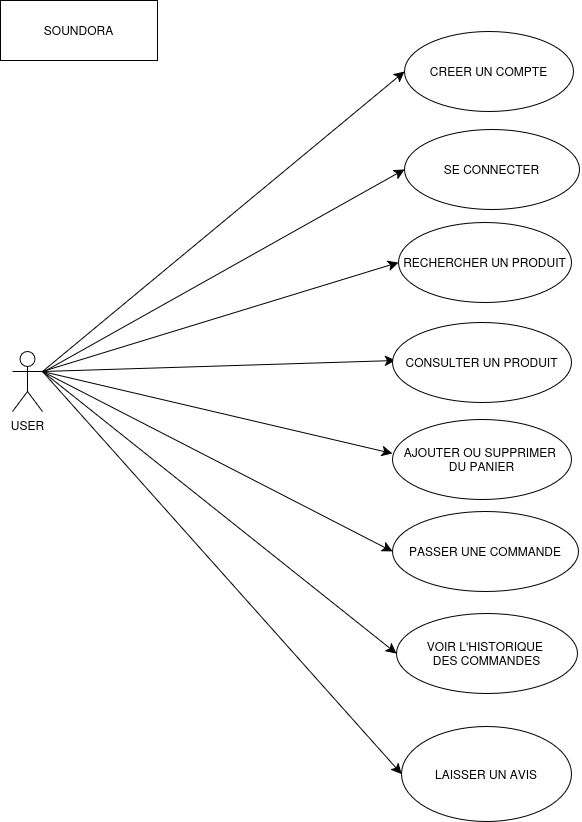
Earlier version of the draw.io export useCase SOUNDORA.drawio.png (Bast8313/soundora). Source tidied: cells renumbered, new cells last; positions are measured from the earlier drawing's top-left corner, leaving out a move shared by most shapes.
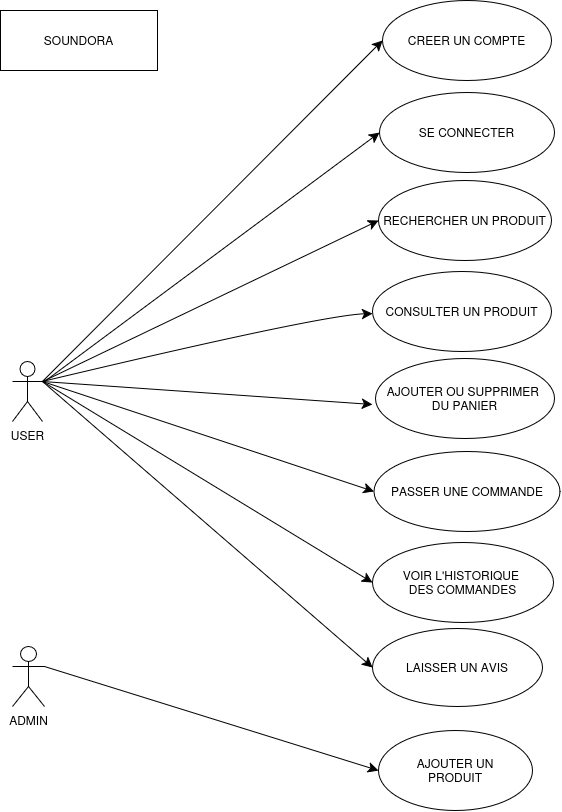
Later version of the same file.

Commit message:
Mettre à jour useCase SOUNDORA.drawio.png

The edit, as a diff of the source:
```diff
@@ -7,12 +7,15 @@
     </mxCell>
     <mxCell id="3" style="edgeStyle=none;curved=1;rounded=0;jettySize=auto;html=1;exitX=1;exitY=0.3333333333333333;exitDx=0;exitDy=0;exitPerimeter=0;fontSize=12;startSize=8;endSize=8;" parent="1" edge="1" source="9">
       <mxGeometry relative="1" as="geometry">
-        <mxPoint x="395" y="360" as="targetPoint" />
+        <mxPoint x="372" y="303" as="targetPoint" />
+        <Array as="points">
+          <mxPoint x="319" y="305" />
+        </Array>
       </mxGeometry>
     </mxCell>
     <mxCell id="4" style="edgeStyle=none;curved=1;rounded=0;jettySize=auto;html=1;exitX=1;exitY=0.3333333333333333;exitDx=0;exitDy=0;exitPerimeter=0;fontSize=12;startSize=8;endSize=8;" parent="1" edge="1" source="9">
       <mxGeometry relative="1" as="geometry">
-        <mxPoint x="392" y="453" as="targetPoint" />
+        <mxPoint x="372" y="394" as="targetPoint" />
       </mxGeometry>
     </mxCell>
     <mxCell id="5" style="edgeStyle=none;curved=1;rounded=0;jettySize=auto;html=1;entryX=0;entryY=0.5;entryDx=0;entryDy=0;fontSize=12;startSize=8;endSize=8;" parent="1" edge="1" target="13">
@@ -38,19 +41,19 @@
       </mxGeometry>
     </mxCell>
     <mxCell id="11" value="&lt;div&gt;LAISSER UN AVIS&lt;/div&gt;" style="ellipse;whiteSpace=wrap;html=1;" parent="1" vertex="1">
-      <mxGeometry x="401" y="726" width="170" height="95" as="geometry" />
+      <mxGeometry x="372" y="618" width="170" height="78" as="geometry" />
     </mxCell>
     <mxCell id="12" value="CREER UN COMPTE" style="ellipse;whiteSpace=wrap;html=1;" parent="1" vertex="1">
-      <mxGeometry x="404" y="31" width="169" height="80" as="geometry" />
+      <mxGeometry x="382" y="-10" width="169" height="80" as="geometry" />
     </mxCell>
     <mxCell id="13" value="SE CONNECTER" style="ellipse;whiteSpace=wrap;html=1;" parent="1" vertex="1">
-      <mxGeometry x="404" y="129" width="175" height="80" as="geometry" />
+      <mxGeometry x="379" y="82" width="175" height="80" as="geometry" />
     </mxCell>
     <mxCell id="14" value="RECHERCHER UN PRODUIT" style="ellipse;whiteSpace=wrap;html=1;" parent="1" vertex="1">
-      <mxGeometry x="398" y="222" width="173" height="80" as="geometry" />
+      <mxGeometry x="378" y="170" width="173" height="80" as="geometry" />
     </mxCell>
     <mxCell id="15" value="CONSULTER UN PRODUIT" style="ellipse;whiteSpace=wrap;html=1;" parent="1" vertex="1">
-      <mxGeometry x="392" y="322" width="179" height="80" as="geometry" />
+      <mxGeometry x="372" y="261" width="179" height="80" as="geometry" />
     </mxCell>
     <mxCell id="16" style="edgeStyle=none;curved=1;rounded=0;orthogonalLoop=1;jettySize=auto;html=1;exitX=0;exitY=0.5;exitDx=0;exitDy=0;fontSize=12;startSize=8;endSize=8;" parent="1" edge="1" source="13" target="13">
       <mxGeometry relative="1" as="geometry" />
@@ -62,16 +65,25 @@
       <mxGeometry relative="1" as="geometry" />
     </mxCell>
     <mxCell id="19" value="&lt;div&gt;AJOUTER OU SUPPRIMER&amp;nbsp;&lt;/div&gt;&lt;div&gt;DU PANIER&lt;/div&gt;" style="ellipse;whiteSpace=wrap;html=1;" parent="1" vertex="1">
-      <mxGeometry x="392" y="419" width="179" height="80" as="geometry" />
+      <mxGeometry x="375" y="348" width="179" height="80" as="geometry" />
     </mxCell>
     <mxCell id="20" value="PASSER UNE COMMANDE" style="ellipse;whiteSpace=wrap;html=1;" parent="1" vertex="1">
-      <mxGeometry x="392" y="511" width="186" height="80" as="geometry" />
+      <mxGeometry x="373.5" y="441" width="186" height="80" as="geometry" />
     </mxCell>
     <mxCell id="21" value="&lt;div&gt;VOIR L'HISTORIQUE&amp;nbsp;&lt;/div&gt;&lt;div&gt;DES COMMANDES&lt;/div&gt;" style="ellipse;whiteSpace=wrap;html=1;" parent="1" vertex="1">
-      <mxGeometry x="396" y="613" width="181" height="80" as="geometry" />
+      <mxGeometry x="372" y="532" width="181" height="80" as="geometry" />
     </mxCell>
     <mxCell id="22" value="&lt;div&gt;SOUNDORA&lt;/div&gt;" style="rounded=0;whiteSpace=wrap;html=1;" parent="1" vertex="1">
       <mxGeometry width="157" height="60" as="geometry" />
     </mxCell>
+    <mxCell id="23" style="edgeStyle=none;curved=1;rounded=0;jettySize=auto;html=1;entryX=0;entryY=0.5;entryDx=0;entryDy=0;fontSize=12;startSize=8;endSize=8;exitX=1;exitY=0.3333333333333333;exitDx=0;exitDy=0;exitPerimeter=0;" parent="1" edge="1" source="24" target="25">
+      <mxGeometry relative="1" as="geometry" />
+    </mxCell>
+    <mxCell id="24" value="&lt;div&gt;ADMIN&lt;/div&gt;&lt;div&gt;&lt;br&gt;&lt;/div&gt;" style="shape=umlActor;verticalLabelPosition=bottom;verticalAlign=top;html=1;outlineConnect=0;" parent="1" vertex="1">
+      <mxGeometry x="12" y="636" width="32" height="60" as="geometry" />
+    </mxCell>
+    <mxCell id="25" value="&lt;div&gt;AJOUTER UN&lt;/div&gt;&lt;div&gt;PRODUIT&lt;/div&gt;" style="ellipse;whiteSpace=wrap;html=1;" parent="1" vertex="1">
+      <mxGeometry x="378" y="720" width="154" height="80" as="geometry" />
+    </mxCell>
   </root>
 </mxGraphModel>
```
